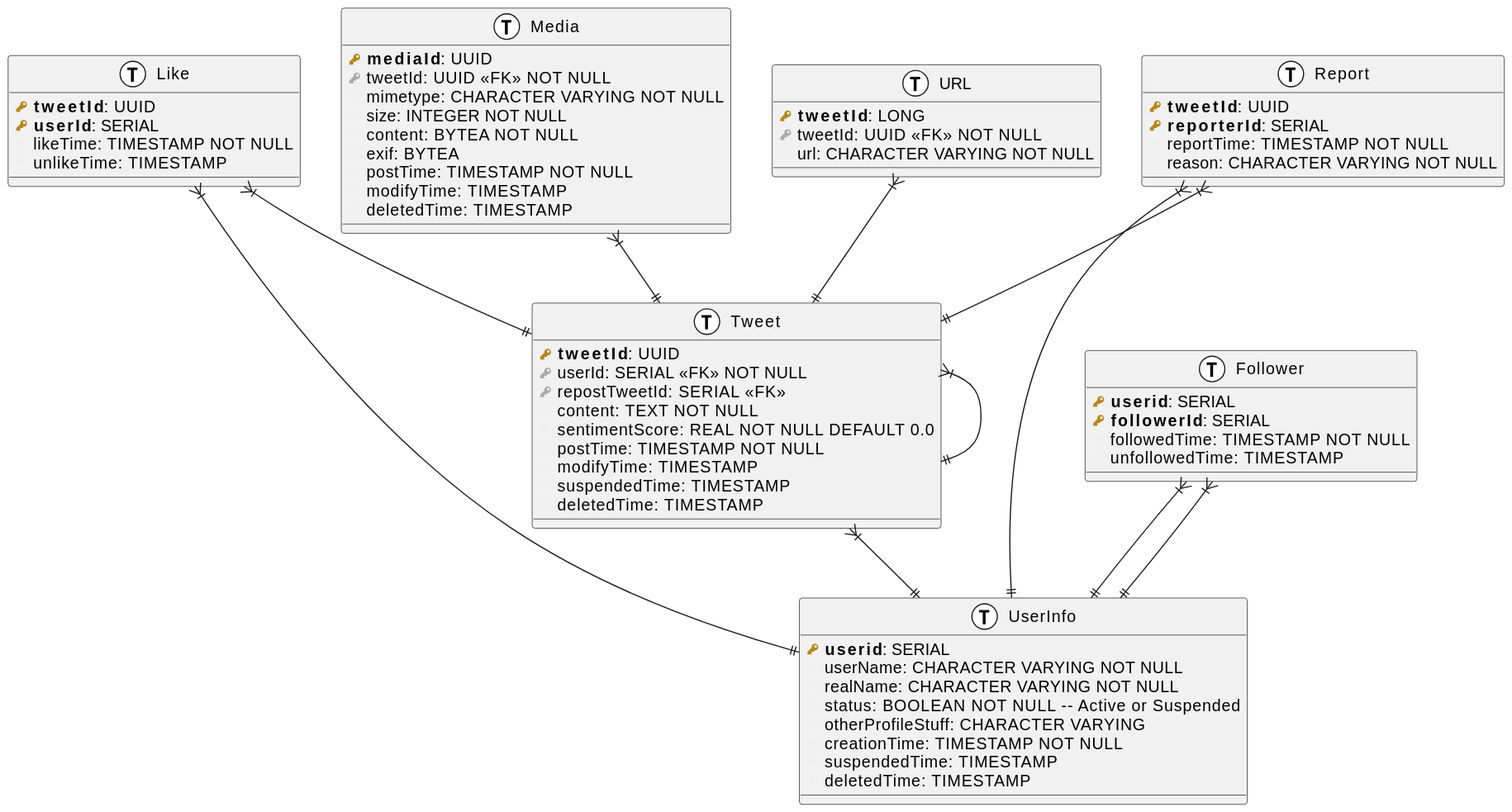
Above: labs/2425-1/twitter.svg in donsez/bd (PlantUML), before the change. Source of this version:
```plantuml
@startuml

!define primary_key(x) <b><color:#b8861b><&key></color> x</b>
!define foreign_key(x) <color:#aaaaaa><&key></color> x
!define column(x) <color:#efefef><&media-record></color> x
!define table(x) entity x << (T, white) >>

table( UserInfo ) {
  primary_key( userid ): SERIAL
  column( userName ): CHARACTER VARYING NOT NULL
  column( realName ): CHARACTER VARYING NOT NULL
  column( status ): BOOLEAN NOT NULL -- Active or Suspended
  column( otherProfileStuff ): CHARACTER VARYING
  column( creationTime ): TIMESTAMP NOT NULL
  column( suspendedTime ): TIMESTAMP
  column( deletedTime ): TIMESTAMP
}

table( Tweet ) {
  primary_key( tweetId ): UUID
  foreign_key( userId ): SERIAL <<FK>> NOT NULL
  foreign_key( repostTweetId ): SERIAL <<FK>>
  column( content ): TEXT NOT NULL
  column( sentimentScore ): REAL NOT NULL DEFAULT 0.0
  column( postTime ): TIMESTAMP NOT NULL
  column( modifyTime ): TIMESTAMP
  column( suspendedTime ): TIMESTAMP
  column( deletedTime ): TIMESTAMP
}

table( Media ) {
  primary_key( mediaId ): UUID
  foreign_key( tweetId ): UUID <<FK>> NOT NULL
  column( mimetype ): CHARACTER VARYING NOT NULL
  column( size ): INTEGER NOT NULL
  column( content ): BYTEA NOT NULL
  column( exif ): BYTEA
  column( postTime ): TIMESTAMP NOT NULL
  column( modifyTime ): TIMESTAMP
  column( deletedTime ): TIMESTAMP
}

table( Follower ) {
  primary_key( userid ): SERIAL
  primary_key( followerId ): SERIAL
  column( followedTime ): TIMESTAMP NOT NULL
  column( unfollowedTime ): TIMESTAMP
}

table( Like ) {
  primary_key( tweetId ): UUID
  primary_key( userId ): SERIAL
  column( likeTime ): TIMESTAMP NOT NULL
  column( unlikeTime ): TIMESTAMP
}

table( Report ) {
  primary_key( tweetId ): UUID
  primary_key( reporterId ): SERIAL
  column( reportTime ): TIMESTAMP NOT NULL
  column( reason ): CHARACTER VARYING NOT NULL
}

table( URL ) {
  primary_key( tweetId ): LONG
  foreign_key( tweetId ): UUID <<FK>> NOT NULL
  column( url ): CHARACTER VARYING NOT NULL
}

Tweet }|--|| UserInfo
Tweet }|--|| Tweet
Media }|--|| Tweet
Follower }|--|| UserInfo
Follower }|--|| UserInfo
Like }|--|| Tweet
Like }|--|| UserInfo
Report }|--|| Tweet
Report }|--|| UserInfo
URL }|--|| Tweet
@enduml
```
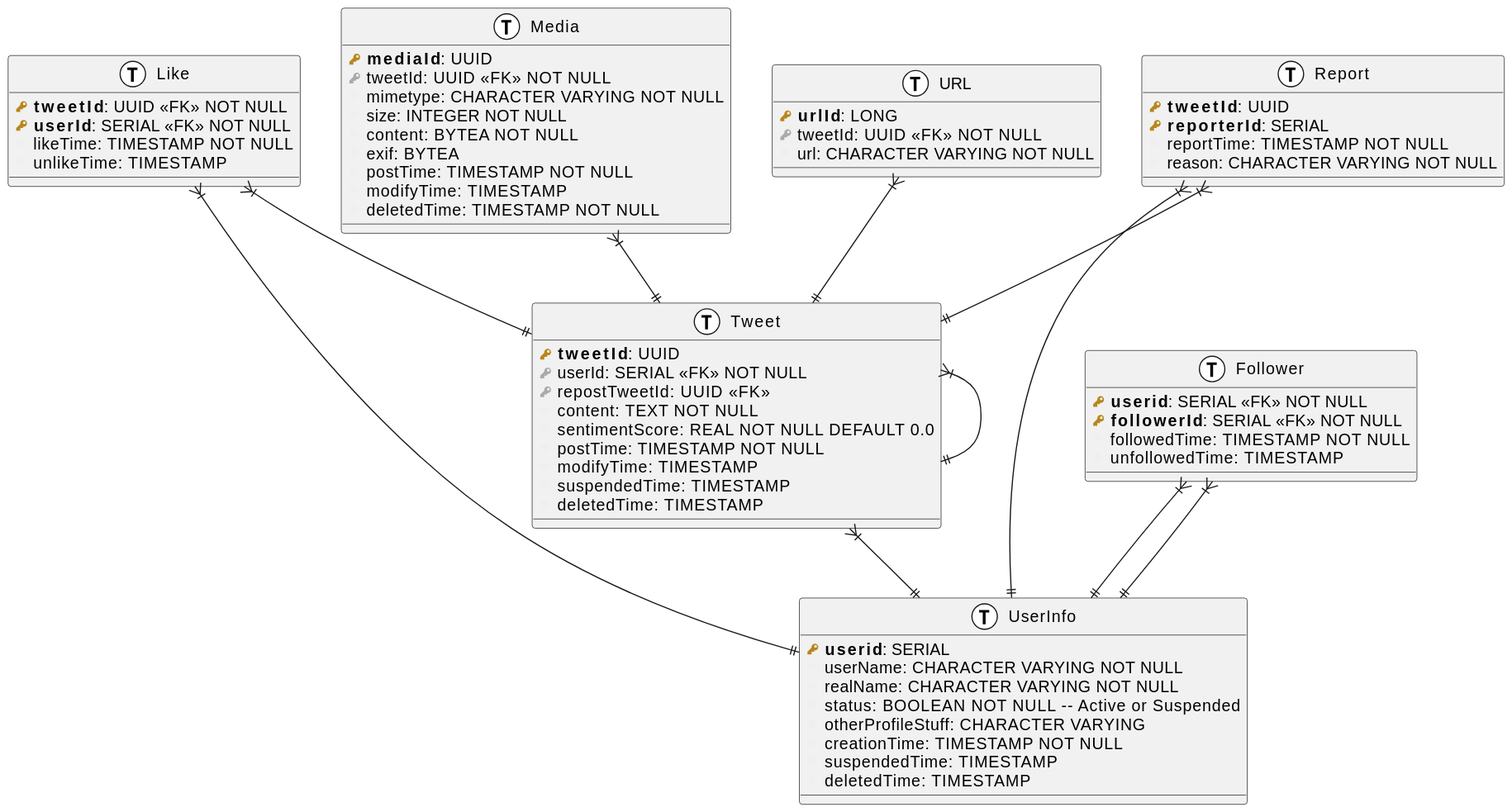
Later version of the same file.

The edit, as a diff of the source:
```diff
@@ -1,5 +1,4 @@
 @startuml
-
 !define primary_key(x) <b><color:#b8861b><&key></color> x</b>
 !define foreign_key(x) <color:#aaaaaa><&key></color> x
 !define column(x) <color:#efefef><&media-record></color> x
@@ -19,7 +18,7 @@
 table( Tweet ) {
   primary_key( tweetId ): UUID
   foreign_key( userId ): SERIAL <<FK>> NOT NULL
-  foreign_key( repostTweetId ): SERIAL <<FK>>
+  foreign_key( repostTweetId ): UUID <<FK>>
   column( content ): TEXT NOT NULL
   column( sentimentScore ): REAL NOT NULL DEFAULT 0.0
   column( postTime ): TIMESTAMP NOT NULL
@@ -37,19 +36,19 @@
   column( exif ): BYTEA
   column( postTime ): TIMESTAMP NOT NULL
   column( modifyTime ): TIMESTAMP
-  column( deletedTime ): TIMESTAMP
+  column( deletedTime ): TIMESTAMP NOT NULL
 }
 
 table( Follower ) {
-  primary_key( userid ): SERIAL
-  primary_key( followerId ): SERIAL
+  primary_key( userid ): SERIAL <<FK>> NOT NULL
+  primary_key( followerId ): SERIAL <<FK>> NOT NULL
   column( followedTime ): TIMESTAMP NOT NULL
   column( unfollowedTime ): TIMESTAMP
 }
 
 table( Like ) {
-  primary_key( tweetId ): UUID
-  primary_key( userId ): SERIAL
+  primary_key( tweetId ): UUID <<FK>> NOT NULL
+  primary_key( userId ): SERIAL <<FK>> NOT NULL
   column( likeTime ): TIMESTAMP NOT NULL
   column( unlikeTime ): TIMESTAMP
 }
@@ -62,7 +61,7 @@
 }
 
 table( URL ) {
-  primary_key( tweetId ): LONG
+  primary_key( urlId ): LONG
   foreign_key( tweetId ): UUID <<FK>> NOT NULL
   column( url ): CHARACTER VARYING NOT NULL
 }
```
